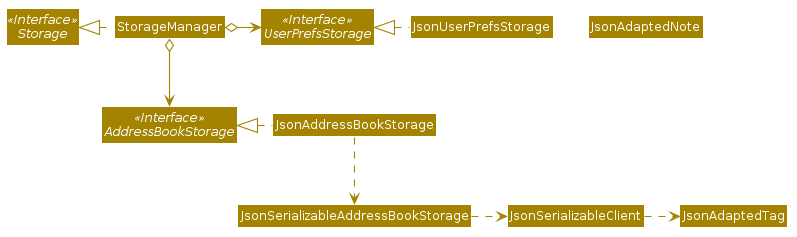
The PlantUML diagram docs/images/StorageClassDiagram.png in tankangliang/tp, before a commit.
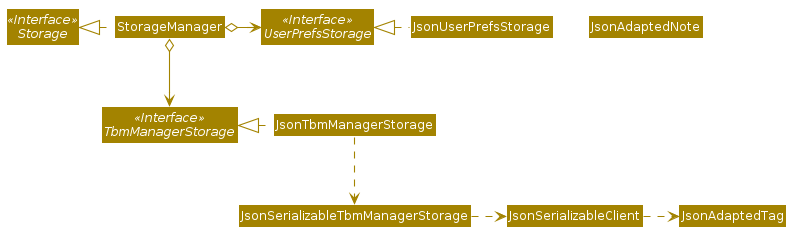
The same file after the commit.

Change to the diagram source:
```diff
@@ -53,20 +53,20 @@
 
 Interface Storage <<Interface>>
 Interface UserPrefsStorage <<Interface>>
-Interface AddressBookStorage <<Interface>>
+Interface TbmManagerStorage <<Interface>>
 
 Class StorageManager
 Class JsonUserPrefsStorage
-Class JsonAddressBookStorage
+Class JsonTbmManagerStorage
 Class JsonAdaptedNote
 
 StorageManager .left.|> Storage
 StorageManager o-right-> UserPrefsStorage
-StorageManager o--> AddressBookStorage
+StorageManager o--> TbmManagerStorage
 
 JsonUserPrefsStorage .left.|> UserPrefsStorage
-JsonAddressBookStorage .left.|> AddressBookStorage
-JsonAddressBookStorage .down.> JsonSerializableAddressBookStorage
-JsonSerializableAddressBookStorage .right.> JsonSerializableClient
+JsonTbmManagerStorage .left.|> TbmManagerStorage
+JsonTbmManagerStorage .down.> JsonSerializableTbmManagerStorage
+JsonSerializableTbmManagerStorage .right.> JsonSerializableClient
 JsonSerializableClient .right.> JsonAdaptedTag
 @enduml
```
